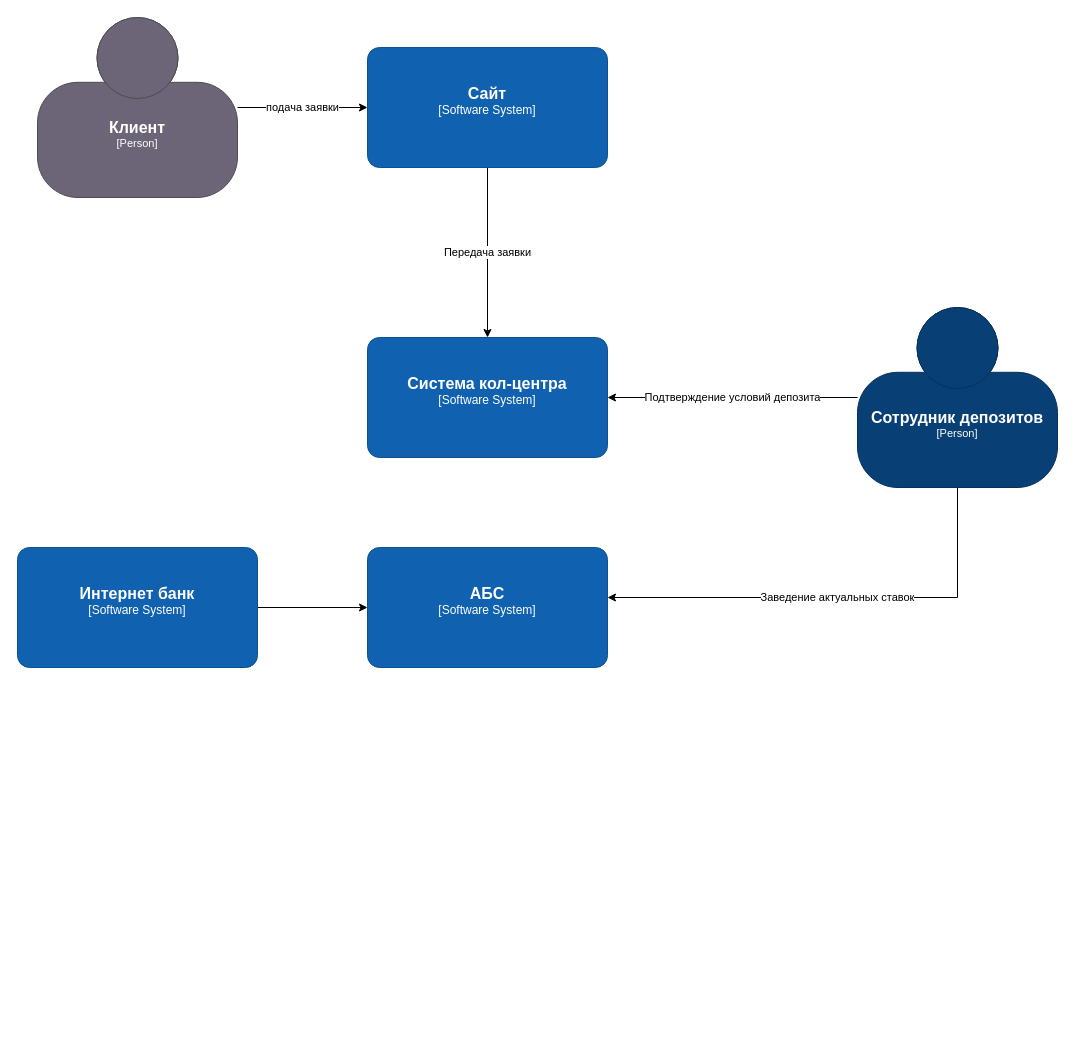
Above: page "Диаграмма контекста" (2 of 2) of Exc3/usecases.drawio in asbelon/architecture-sprint-9 (draw.io), before the change. Source tidied: cells renumbered, new cells numbered last; positions are measured from the earlier drawing's top-left corner, leaving out a move shared by most shapes. Both pictures are drawn from the tidied source at 100%, with x=0, y=0 at pixel (17, 17).
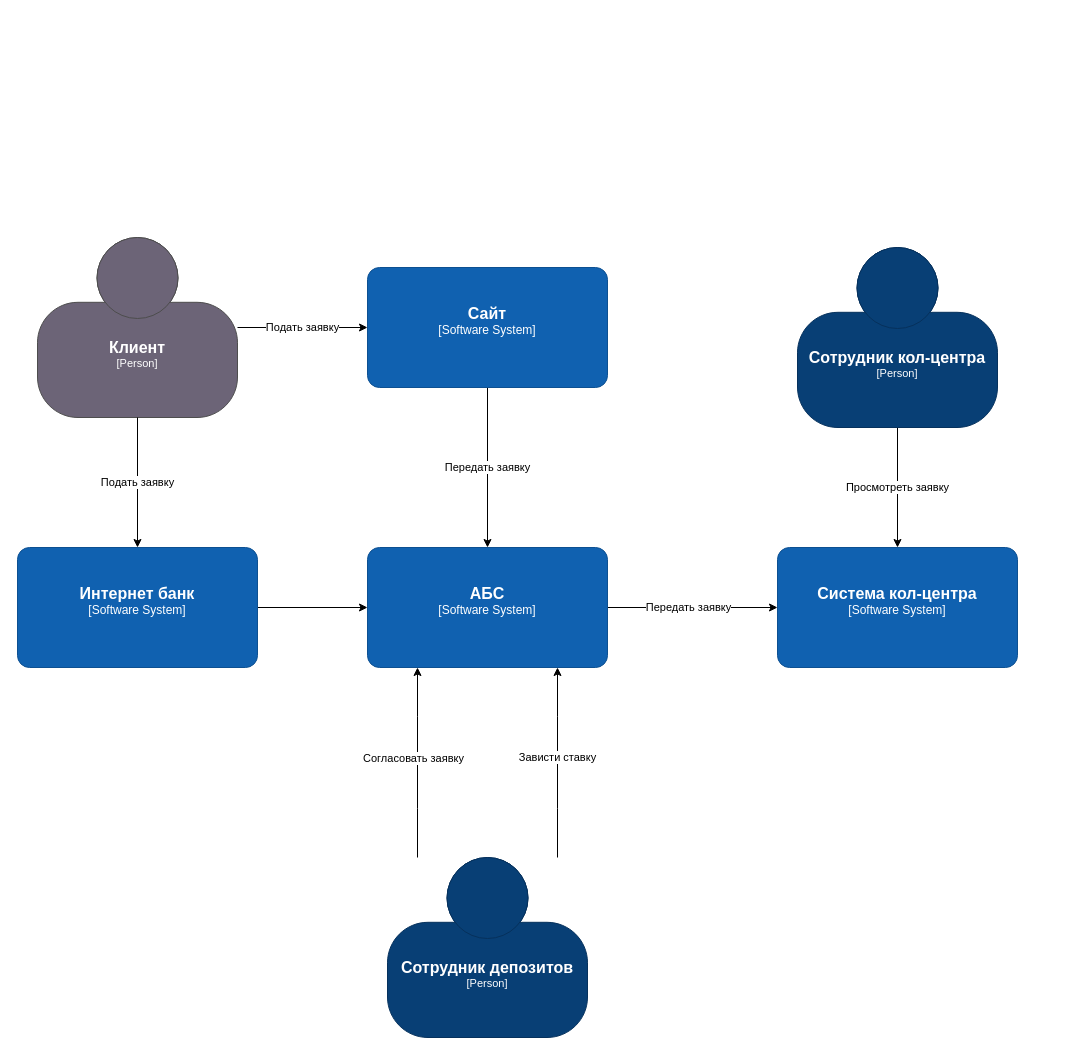
After the change.

The change refers to these unchanged cells:
```xml
<object id="10" label="&lt;font style=&quot;font-size: 16px&quot;&gt;&lt;b&gt;%c4Name%&lt;/b&gt;&lt;/font&gt;&lt;div&gt;[%c4Type%]&lt;/div&gt;&lt;br&gt;&lt;div&gt;&lt;font style=&quot;font-size: 11px&quot;&gt;&lt;font color=&quot;#cccccc&quot;&gt;%c4Description%&lt;/font&gt;&lt;/div&gt;" c4Description="" c4Name="АБС" c4Type="Software System" placeholders="1">
  <mxCell style="rounded=1;whiteSpace=wrap;html=1;labelBackgroundColor=none;fillColor=#1061B0;fontColor=#ffffff;align=center;arcSize=10;strokeColor=#0D5091;points=[[0.25,0,0],[0.5,0,0],[0.75,0,0],[1,0.25,0],[1,0.5,0],[1,0.75,0],[0.75,1,0],[0.5,1,0],[0.25,1,0],[0,0.75,0],[0,0.5,0],[0,0.25,0]];" parent="1" vertex="1">
    <mxGeometry x="350" y="530" width="240" height="120" as="geometry" />
  </mxCell>
</object>
<object id="12" label="&lt;font style=&quot;font-size: 16px&quot;&gt;&lt;b&gt;%c4Name%&lt;/b&gt;&lt;/font&gt;&lt;div&gt;[%c4Type%]&lt;/div&gt;&lt;br&gt;&lt;div&gt;&lt;font style=&quot;font-size: 11px&quot;&gt;&lt;font color=&quot;#cccccc&quot;&gt;%c4Description%&lt;/font&gt;&lt;/div&gt;" c4Description="" c4Name="Интернет банк" c4Type="Software System" placeholders="1">
  <mxCell style="rounded=1;whiteSpace=wrap;html=1;labelBackgroundColor=none;fillColor=#1061B0;fontColor=#ffffff;align=center;arcSize=10;strokeColor=#0D5091;points=[[0.25,0,0],[0.5,0,0],[0.75,0,0],[1,0.25,0],[1,0.5,0],[1,0.75,0],[0.75,1,0],[0.5,1,0],[0.25,1,0],[0,0.75,0],[0,0.5,0],[0,0.25,0]];" parent="1" vertex="1">
    <mxGeometry y="530" width="240" height="120" as="geometry" />
  </mxCell>
</object>
```

What changed in the source:
```diff
@@
-    <mxCell id="2" value="Подтверждение условий депозита" style="edgeStyle=orthogonalEdgeStyle;rounded=0;jettySize=auto;html=1;" parent="1" edge="1" source="4" target="9">
-      <mxGeometry relative="1" as="geometry" />
+    <mxCell id="2" value="Согласовать заявку" style="edgeStyle=orthogonalEdgeStyle;rounded=0;jettySize=auto;html=1;curved=1;" parent="1" edge="1" source="4" target="10">
+      <mxGeometry x="0.04" y="4" relative="1" as="geometry">
+        <Array as="points">
+          <mxPoint x="400" y="740" />
+          <mxPoint x="400" y="740" />
+        </Array>
+      </mxGeometry>
     </mxCell>
-    <mxCell id="3" value="Заведение актуальных ставок" style="edgeStyle=orthogonalEdgeStyle;rounded=0;jettySize=auto;html=1;" parent="1" edge="1" source="4" target="10">
-      <mxGeometry relative="1" as="geometry">
+    <mxCell id="3" value="Зависти ставку" style="edgeStyle=orthogonalEdgeStyle;rounded=0;jettySize=auto;html=1;curved=1;" parent="1" edge="1" source="4" target="10">
+      <mxGeometry x="0.05" relative="1" as="geometry">
         <Array as="points">
-          <mxPoint x="940" y="580" />
+          <mxPoint x="540" y="740" />
+          <mxPoint x="540" y="740" />
         </Array>
       </mxGeometry>
     </mxCell>
     <object id="4" label="&lt;font style=&quot;font-size: 16px&quot;&gt;&lt;b&gt;%c4Name%&lt;/b&gt;&lt;/font&gt;&lt;div&gt;[%c4Type%]&lt;/div&gt;&lt;br&gt;&lt;div&gt;&lt;font style=&quot;font-size: 11px&quot;&gt;&lt;font color=&quot;#cccccc&quot;&gt;%c4Description%&lt;/font&gt;&lt;/div&gt;" c4Description="" c4Name="Сотрудник депозитов" c4Type="Person" placeholders="1">
       <mxCell style="html=1;fontSize=11;dashed=0;whiteSpace=wrap;fillColor=#083F75;strokeColor=#06315C;fontColor=#ffffff;shape=mxgraph.c4.person2;align=center;points=[[0.5,0,0],[1,0.5,0],[1,0.75,0],[0.75,1,0],[0.5,1,0],[0.25,1,0],[0,0.75,0],[0,0.5,0]];" parent="1" vertex="1">
-        <mxGeometry x="840" y="290" width="200" height="180" as="geometry" />
+        <mxGeometry x="370" y="840" width="200" height="180" as="geometry" />
       </mxCell>
     </object>
-    <mxCell id="5" value="подача заявки" style="edgeStyle=orthogonalEdgeStyle;rounded=0;jettySize=auto;html=1;" parent="1" edge="1" source="6" target="8">
+    <mxCell id="5" value="Подать заявку" style="edgeStyle=orthogonalEdgeStyle;rounded=0;jettySize=auto;html=1;" parent="1" edge="1" source="6" target="8">
       <mxGeometry relative="1" as="geometry" />
     </mxCell>
     <object id="6" label="&lt;font style=&quot;font-size: 16px&quot;&gt;&lt;b&gt;%c4Name%&lt;/b&gt;&lt;/font&gt;&lt;div&gt;[%c4Type%]&lt;/div&gt;&lt;br&gt;&lt;div&gt;&lt;font style=&quot;font-size: 11px&quot;&gt;&lt;font color=&quot;#cccccc&quot;&gt;%c4Description%&lt;/font&gt;&lt;/div&gt;" c4Description="" c4Name="Клиент" c4Type="Person" placeholders="1">
       <mxCell style="html=1;fontSize=11;dashed=0;whiteSpace=wrap;fillColor=#6C6477;strokeColor=#4D4D4D;fontColor=#ffffff;shape=mxgraph.c4.person2;align=center;points=[[0.5,0,0],[1,0.5,0],[1,0.75,0],[0.75,1,0],[0.5,1,0],[0.25,1,0],[0,0.75,0],[0,0.5,0]];" parent="1" vertex="1">
-        <mxGeometry x="20" width="200" height="180" as="geometry" />
+        <mxGeometry x="20" y="220" width="200" height="180" as="geometry" />
       </mxCell>
     </object>
-    <mxCell id="7" value="Передача заявки" style="edgeStyle=orthogonalEdgeStyle;rounded=0;jettySize=auto;html=1;" parent="1" edge="1" source="8" target="9">
-      <mxGeometry relative="1" as="geometry" />
+    <mxCell id="7" value="Передать заявку" style="edgeStyle=orthogonalEdgeStyle;rounded=0;jettySize=auto;html=1;" parent="1" edge="1" source="8" target="10">
+      <mxGeometry relative="1" as="geometry">
+        <Array as="points">
+          <mxPoint x="470" y="340" />
+          <mxPoint x="470" y="340" />
+        </Array>
+      </mxGeometry>
     </mxCell>
     <object id="8" label="&lt;font style=&quot;font-size: 16px&quot;&gt;&lt;b&gt;%c4Name%&lt;/b&gt;&lt;/font&gt;&lt;div&gt;[%c4Type%]&lt;/div&gt;&lt;br&gt;&lt;div&gt;&lt;font style=&quot;font-size: 11px&quot;&gt;&lt;font color=&quot;#cccccc&quot;&gt;%c4Description%&lt;/font&gt;&lt;/div&gt;" c4Description="" c4Name="Сайт" c4Type="Software System" placeholders="1">
       <mxCell style="rounded=1;whiteSpace=wrap;html=1;labelBackgroundColor=none;fillColor=#1061B0;fontColor=#ffffff;align=center;arcSize=10;strokeColor=#0D5091;points=[[0.25,0,0],[0.5,0,0],[0.75,0,0],[1,0.25,0],[1,0.5,0],[1,0.75,0],[0.75,1,0],[0.5,1,0],[0.25,1,0],[0,0.75,0],[0,0.5,0],[0,0.25,0]];" parent="1" vertex="1">
-        <mxGeometry x="350" y="30" width="240" height="120" as="geometry" />
+        <mxGeometry x="350" y="250" width="240" height="120" as="geometry" />
       </mxCell>
     </object>
     <object id="9" label="&lt;font style=&quot;font-size: 16px&quot;&gt;&lt;b&gt;%c4Name%&lt;/b&gt;&lt;/font&gt;&lt;div&gt;[%c4Type%]&lt;/div&gt;&lt;br&gt;&lt;div&gt;&lt;font style=&quot;font-size: 11px&quot;&gt;&lt;font color=&quot;#cccccc&quot;&gt;%c4Description%&lt;/font&gt;&lt;/div&gt;" c4Description="" c4Name="Система кол-центра" c4Type="Software System" placeholders="1">
       <mxCell style="rounded=1;whiteSpace=wrap;html=1;labelBackgroundColor=none;fillColor=#1061B0;fontColor=#ffffff;align=center;arcSize=10;strokeColor=#0D5091;points=[[0.25,0,0],[0.5,0,0],[0.75,0,0],[1,0.25,0],[1,0.5,0],[1,0.75,0],[0.75,1,0],[0.5,1,0],[0.25,1,0],[0,0.75,0],[0,0.5,0],[0,0.25,0]];" parent="1" vertex="1">
-        <mxGeometry x="350" y="320" width="240" height="120" as="geometry" />
+        <mxGeometry x="760" y="530" width="240" height="120" as="geometry" />
       </mxCell>
     </object>
+    <mxCell id="13" value="Передать заявку" style="edgeStyle=orthogonalEdgeStyle;rounded=0;jettySize=auto;html=1;" parent="1" edge="1" source="10" target="9">
+      <mxGeometry x="-0.05" relative="1" as="geometry">
+        <Array as="points">
+          <mxPoint x="690" y="590" />
+          <mxPoint x="690" y="590" />
+        </Array>
+      </mxGeometry>
+    </mxCell>
@@
+    <mxCell id="14" value="Подать заявку" style="edgeStyle=orthogonalEdgeStyle;rounded=0;jettySize=auto;html=1;" parent="1" edge="1" source="6" target="12">
+      <mxGeometry relative="1" as="geometry" />
+    </mxCell>
+    <mxCell id="15" value="Просмотреть заявку" style="edgeStyle=orthogonalEdgeStyle;rounded=0;jettySize=auto;html=1;" parent="1" edge="1" source="16" target="9">
+      <mxGeometry relative="1" as="geometry" />
+    </mxCell>
+    <object id="16" label="&lt;font style=&quot;font-size: 16px&quot;&gt;&lt;b&gt;%c4Name%&lt;/b&gt;&lt;/font&gt;&lt;div&gt;[%c4Type%]&lt;/div&gt;&lt;br&gt;&lt;div&gt;&lt;font style=&quot;font-size: 11px&quot;&gt;&lt;font color=&quot;#cccccc&quot;&gt;%c4Description%&lt;/font&gt;&lt;/div&gt;" c4Description="" c4Name="Сотрудник кол-центра" c4Type="Person" placeholders="1">
+      <mxCell style="html=1;fontSize=11;dashed=0;whiteSpace=wrap;fillColor=#083F75;strokeColor=#06315C;fontColor=#ffffff;shape=mxgraph.c4.person2;align=center;points=[[0.5,0,0],[1,0.5,0],[1,0.75,0],[0.75,1,0],[0.5,1,0],[0.25,1,0],[0,0.75,0],[0,0.5,0]];" parent="1" vertex="1">
+        <mxGeometry x="780" y="230" width="200" height="180" as="geometry" />
+      </mxCell>
+    </object>
```
